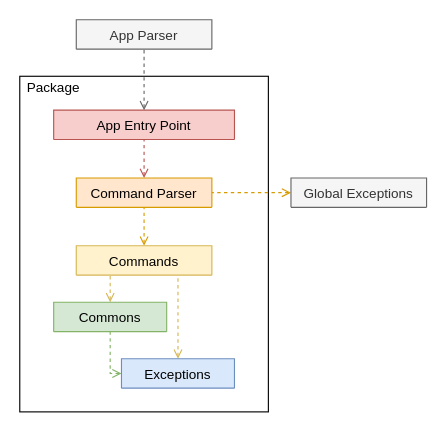
Above: docs/base/Project Structure.drawio in vanessa-kang/tp (draw.io), before the change. Source tidied: cells renumbered, new cells numbered last; positions are measured from the earlier drawing's top-left corner, leaving out a move shared by most shapes. Both pictures are drawn from the tidied source at 113%, with x=0, y=0 at pixel (19, 19).
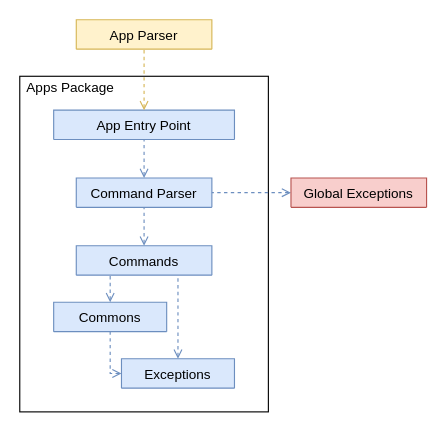
Above is the later version.

What changed in the source:
```diff
@@
 <mxGraphModel>
   <root>
     <mxCell id="0" />
     <mxCell id="1" parent="0" />
     <mxCell id="2" style="rounded=0;whiteSpace=wrap;html=1;fillColor=none;" parent="1" vertex="1">
       <mxGeometry y="50" width="220" height="297" as="geometry" />
     </mxCell>
-    <mxCell id="3" style="endArrow=none;endSize=10;endFill=0;shadow=0;strokeWidth=1;rounded=0;edgeStyle=elbowEdgeStyle;elbow=vertical;startArrow=open;startFill=0;dashed=1;fillColor=#f8cecc;strokeColor=#b85450;" parent="1" edge="1" source="5" target="10">
+    <mxCell id="3" style="endArrow=none;endSize=10;endFill=0;shadow=0;strokeWidth=1;rounded=0;edgeStyle=elbowEdgeStyle;elbow=vertical;startArrow=open;startFill=0;dashed=1;fillColor=#dae8fc;strokeColor=#6c8ebf;" parent="1" edge="1" source="5" target="10">
       <mxGeometry relative="1" as="geometry" />
     </mxCell>
-    <mxCell id="4" style="endArrow=none;endSize=10;endFill=0;shadow=0;strokeWidth=1;rounded=0;edgeStyle=elbowEdgeStyle;elbow=vertical;startArrow=open;startFill=0;entryX=0.5;entryY=1;entryDx=0;entryDy=0;exitX=0.5;exitY=0;exitDx=0;exitDy=0;dashed=1;fillColor=#ffe6cc;strokeColor=#d79b00;" parent="1" edge="1" source="9" target="5">
+    <mxCell id="4" style="endArrow=none;endSize=10;endFill=0;shadow=0;strokeWidth=1;rounded=0;edgeStyle=elbowEdgeStyle;elbow=vertical;startArrow=open;startFill=0;entryX=0.5;entryY=1;entryDx=0;entryDy=0;exitX=0.5;exitY=0;exitDx=0;exitDy=0;dashed=1;fillColor=#dae8fc;strokeColor=#6c8ebf;" parent="1" edge="1" source="9" target="5">
       <mxGeometry relative="1" as="geometry" />
     </mxCell>
-    <mxCell id="5" value="Command Parser" style="swimlane;fontStyle=0;align=center;verticalAlign=top;horizontal=1;startSize=26;rounded=0;shadow=0;strokeWidth=1;fillColor=#ffe6cc;strokeColor=#d79b00;swimlaneFillColor=none;" parent="1" vertex="1" collapsed="1">
+    <mxCell id="5" value="Command Parser" style="swimlane;fontStyle=0;align=center;verticalAlign=top;horizontal=1;startSize=26;rounded=0;shadow=0;strokeWidth=1;fillColor=#dae8fc;strokeColor=#6c8ebf;swimlaneFillColor=none;" parent="1" vertex="1" collapsed="1">
       <mxGeometry x="50" y="140" width="120" height="26" as="geometry" />
     </mxCell>
-    <mxCell id="6" style="endArrow=none;endSize=10;endFill=0;shadow=0;strokeWidth=1;rounded=0;edgeStyle=elbowEdgeStyle;elbow=vertical;startArrow=open;startFill=0;exitX=0.5;exitY=0;exitDx=0;exitDy=0;dashed=1;entryX=0.25;entryY=1;entryDx=0;entryDy=0;fillColor=#fff2cc;strokeColor=#d6b656;" parent="1" edge="1" source="12" target="9">
+    <mxCell id="6" style="endArrow=none;endSize=10;endFill=0;shadow=0;strokeWidth=1;rounded=0;edgeStyle=elbowEdgeStyle;elbow=vertical;startArrow=open;startFill=0;exitX=0.5;exitY=0;exitDx=0;exitDy=0;dashed=1;entryX=0.25;entryY=1;entryDx=0;entryDy=0;fillColor=#dae8fc;strokeColor=#6c8ebf;" parent="1" edge="1" source="12" target="9">
       <mxGeometry relative="1" as="geometry" />
     </mxCell>
-    <mxCell id="7" style="endArrow=none;endSize=10;endFill=0;shadow=0;strokeWidth=1;rounded=0;edgeStyle=elbowEdgeStyle;elbow=vertical;startArrow=open;startFill=0;exitX=0;exitY=0.5;exitDx=0;exitDy=0;dashed=1;entryX=1;entryY=0.5;entryDx=0;entryDy=0;fillColor=#ffe6cc;strokeColor=#d79b00;" parent="1" edge="1" source="14" target="5">
+    <mxCell id="7" style="endArrow=none;endSize=10;endFill=0;shadow=0;strokeWidth=1;rounded=0;edgeStyle=elbowEdgeStyle;elbow=vertical;startArrow=open;startFill=0;exitX=0;exitY=0.5;exitDx=0;exitDy=0;dashed=1;entryX=1;entryY=0.5;entryDx=0;entryDy=0;fillColor=#dae8fc;strokeColor=#6c8ebf;" parent="1" edge="1" source="14" target="5">
       <mxGeometry relative="1" as="geometry" />
     </mxCell>
-    <mxCell id="8" style="endArrow=none;endSize=10;endFill=0;shadow=0;strokeWidth=1;rounded=0;edgeStyle=elbowEdgeStyle;elbow=vertical;startArrow=open;startFill=0;exitX=0.5;exitY=0;exitDx=0;exitDy=0;dashed=1;entryX=0.75;entryY=1;entryDx=0;entryDy=0;fillColor=#fff2cc;strokeColor=#d6b656;" parent="1" edge="1" source="13" target="9">
+    <mxCell id="8" style="endArrow=none;endSize=10;endFill=0;shadow=0;strokeWidth=1;rounded=0;edgeStyle=elbowEdgeStyle;elbow=vertical;startArrow=open;startFill=0;exitX=0.5;exitY=0;exitDx=0;exitDy=0;dashed=1;entryX=0.75;entryY=1;entryDx=0;entryDy=0;fillColor=#dae8fc;strokeColor=#6c8ebf;" parent="1" edge="1" source="13" target="9">
       <mxGeometry relative="1" as="geometry" />
     </mxCell>
-    <mxCell id="9" value="Commands" style="swimlane;fontStyle=0;align=center;verticalAlign=top;horizontal=1;startSize=26;rounded=0;shadow=0;strokeWidth=1;fillColor=#fff2cc;strokeColor=#d6b656;" parent="1" vertex="1" collapsed="1">
+    <mxCell id="9" value="Commands" style="swimlane;fontStyle=0;align=center;verticalAlign=top;horizontal=1;startSize=26;rounded=0;shadow=0;strokeWidth=1;fillColor=#dae8fc;strokeColor=#6c8ebf;" parent="1" vertex="1" collapsed="1">
       <mxGeometry x="50" y="200" width="120" height="26" as="geometry" />
     </mxCell>
-    <mxCell id="10" value="App Entry Point" style="swimlane;fontStyle=0;align=center;verticalAlign=top;horizontal=1;startSize=26;rounded=0;shadow=0;strokeWidth=1;fillColor=#f8cecc;strokeColor=#b85450;swimlaneFillColor=#F8CECC;" parent="1" vertex="1" collapsed="1">
+    <mxCell id="10" value="App Entry Point" style="swimlane;fontStyle=0;align=center;verticalAlign=top;horizontal=1;startSize=26;rounded=0;shadow=0;strokeWidth=1;fillColor=#dae8fc;strokeColor=#6c8ebf;swimlaneFillColor=#F8CECC;" parent="1" vertex="1" collapsed="1">
       <mxGeometry x="30" y="80" width="160" height="26" as="geometry" />
     </mxCell>
-    <mxCell id="11" style="endArrow=none;endSize=10;endFill=0;shadow=0;strokeWidth=1;rounded=0;edgeStyle=elbowEdgeStyle;elbow=vertical;startArrow=open;startFill=0;exitX=0;exitY=0.5;exitDx=0;exitDy=0;dashed=1;entryX=0.5;entryY=1;entryDx=0;entryDy=0;fillColor=#d5e8d4;strokeColor=#82b366;" parent="1" edge="1" source="13" target="12">
+    <mxCell id="11" style="endArrow=none;endSize=10;endFill=0;shadow=0;strokeWidth=1;rounded=0;edgeStyle=elbowEdgeStyle;elbow=vertical;startArrow=open;startFill=0;exitX=0;exitY=0.5;exitDx=0;exitDy=0;dashed=1;entryX=0.5;entryY=1;entryDx=0;entryDy=0;fillColor=#dae8fc;strokeColor=#6c8ebf;" parent="1" edge="1" source="13" target="12">
       <mxGeometry relative="1" as="geometry">
         <Array as="points">
           <mxPoint x="80" y="313" />
           <mxPoint x="90" y="343" />
         </Array>
       </mxGeometry>
     </mxCell>
-    <mxCell id="12" value="Commons" style="swimlane;fontStyle=0;align=center;verticalAlign=top;horizontal=1;startSize=26;rounded=0;shadow=0;strokeWidth=1;fillColor=#d5e8d4;strokeColor=#82b366;" parent="1" vertex="1" collapsed="1">
+    <mxCell id="12" value="Commons" style="swimlane;fontStyle=0;align=center;verticalAlign=top;horizontal=1;startSize=26;rounded=0;shadow=0;strokeWidth=1;fillColor=#dae8fc;strokeColor=#6c8ebf;" parent="1" vertex="1" collapsed="1">
       <mxGeometry x="30" y="250" width="100" height="26" as="geometry" />
     </mxCell>
     <mxCell id="13" value="Exceptions" style="swimlane;fontStyle=0;align=center;verticalAlign=top;horizontal=1;startSize=26;rounded=0;shadow=0;strokeWidth=1;fillColor=#dae8fc;strokeColor=#6c8ebf;" parent="1" vertex="1" collapsed="1">
       <mxGeometry x="90" y="300" width="100" height="26" as="geometry" />
     </mxCell>
-    <mxCell id="14" value="Global Exceptions" style="swimlane;fontStyle=0;align=center;verticalAlign=top;horizontal=1;startSize=26;rounded=0;shadow=0;strokeWidth=1;fillColor=#f5f5f5;strokeColor=#666666;fontColor=#333333;" parent="1" vertex="1" collapsed="1">
+    <mxCell id="14" value="Global Exceptions" style="swimlane;fontStyle=0;align=center;verticalAlign=top;horizontal=1;startSize=26;rounded=0;shadow=0;strokeWidth=1;fillColor=#f8cecc;strokeColor=#b85450;" parent="1" vertex="1" collapsed="1">
       <mxGeometry x="240" y="140" width="120" height="26" as="geometry" />
     </mxCell>
-    <mxCell id="15" value="App Parser" style="swimlane;fontStyle=0;align=center;verticalAlign=top;horizontal=1;startSize=26;rounded=0;shadow=0;strokeWidth=1;fillColor=#f5f5f5;strokeColor=#666666;fontColor=#333333;" parent="1" vertex="1" collapsed="1">
+    <mxCell id="15" value="App Parser" style="swimlane;fontStyle=0;align=center;verticalAlign=top;horizontal=1;startSize=26;rounded=0;shadow=0;strokeWidth=1;fillColor=#fff2cc;strokeColor=#d6b656;" parent="1" vertex="1" collapsed="1">
       <mxGeometry x="50" width="120" height="26" as="geometry" />
     </mxCell>
-    <mxCell id="16" style="endArrow=none;endSize=10;endFill=0;shadow=0;strokeWidth=1;rounded=0;edgeStyle=elbowEdgeStyle;elbow=vertical;startArrow=open;startFill=0;dashed=1;fillColor=#f5f5f5;strokeColor=#666666;exitX=0.5;exitY=0;exitDx=0;exitDy=0;entryX=0.5;entryY=1;entryDx=0;entryDy=0;" parent="1" edge="1" source="10" target="15">
+    <mxCell id="16" style="endArrow=none;endSize=10;endFill=0;shadow=0;strokeWidth=1;rounded=0;edgeStyle=elbowEdgeStyle;elbow=vertical;startArrow=open;startFill=0;dashed=1;fillColor=#fff2cc;strokeColor=#d6b656;exitX=0.5;exitY=0;exitDx=0;exitDy=0;entryX=0.5;entryY=1;entryDx=0;entryDy=0;" parent="1" edge="1" source="10" target="15">
       <mxGeometry relative="1" as="geometry" />
     </mxCell>
-    <mxCell id="17" value="Package" style="text;html=1;strokeColor=none;fillColor=none;align=center;verticalAlign=middle;whiteSpace=wrap;rounded=0;" parent="1" vertex="1">
-      <mxGeometry y="50" width="60" height="20" as="geometry" />
+    <mxCell id="17" value="Apps Package" style="text;html=1;strokeColor=none;fillColor=none;align=center;verticalAlign=middle;whiteSpace=wrap;rounded=0;" parent="1" vertex="1">
+      <mxGeometry y="50" width="90" height="20" as="geometry" />
     </mxCell>
   </root>
 </mxGraphModel>
```
